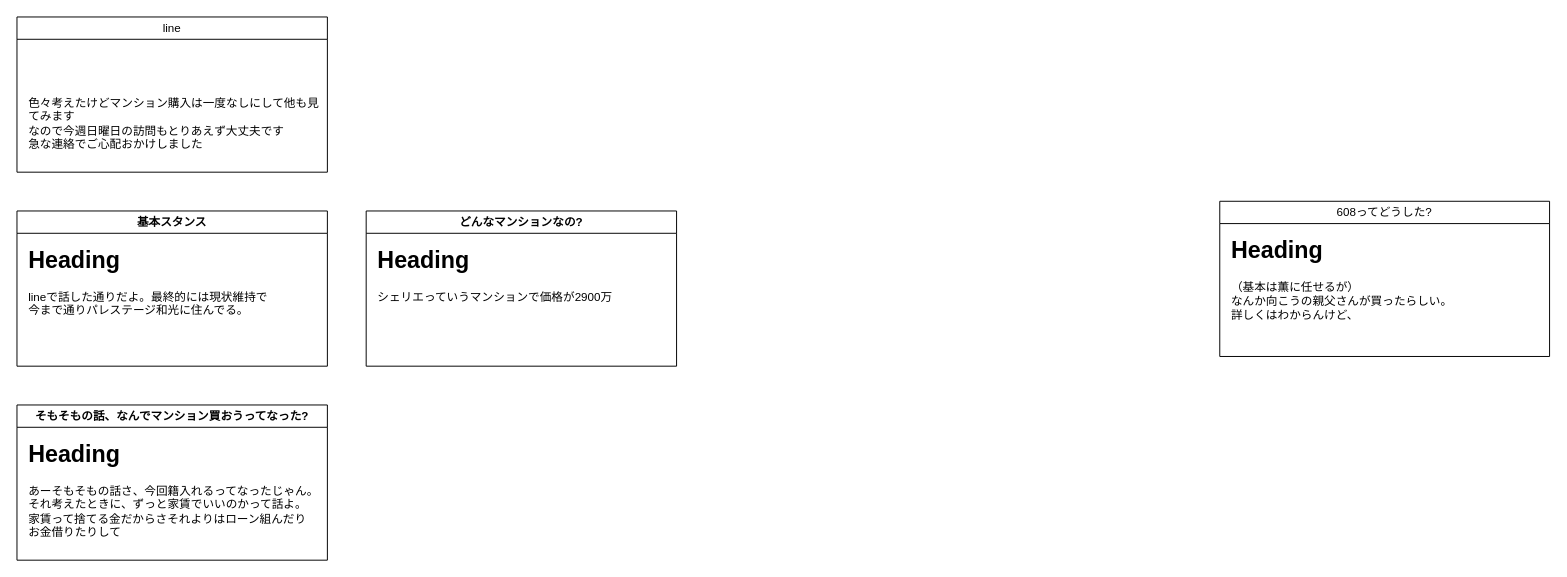
This is page "0503" (1 of 4) of draw.io/psy_case.drawio from minegishirei/psy, a draw.io file, before an edit. Source tidied: cells renumbered, new cells numbered last; positions are measured from the earlier drawing's top-left corner, leaving out a move shared by most shapes. Both pictures are drawn from the tidied source at 97%, with x=0, y=0 at pixel (16, 16).
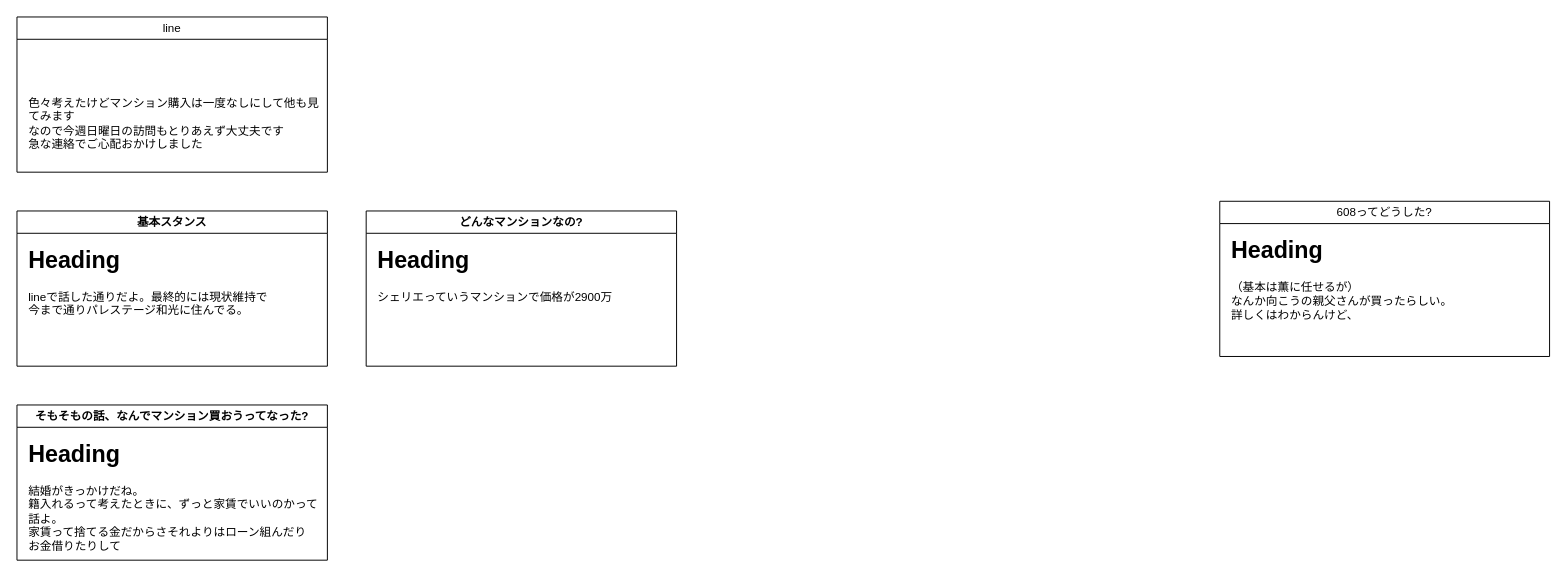
Above is the later version.

Commit message:
psy_case.drawio を更新します

Change to the diagram source:
```diff
@@
 <mxGraphModel>
   <root>
     <mxCell id="0" />
     <mxCell id="1" parent="0" />
     <mxCell id="2" value="基本スタンス" style="swimlane;whiteSpace=wrap;html=1;" parent="1" vertex="1">
       <mxGeometry y="200" width="320" height="160" as="geometry" />
     </mxCell>
     <mxCell id="3" value="&lt;h1 style=&quot;margin-top: 0px;&quot;&gt;Heading&lt;/h1&gt;&lt;div&gt;lineで話した通りだよ。最終的には現状維持で&lt;/div&gt;&lt;div&gt;今まで通りパレステージ和光に住んでる。&lt;/div&gt;&lt;div&gt;&lt;br&gt;&lt;/div&gt;" style="text;html=1;whiteSpace=wrap;overflow=hidden;rounded=0;" parent="2" vertex="1">
       <mxGeometry x="10" y="30" width="310" height="120" as="geometry" />
     </mxCell>
     <mxCell id="4" value="&lt;span style=&quot;font-weight: 400; text-align: left;&quot;&gt;608ってどうした?&lt;/span&gt;" style="swimlane;whiteSpace=wrap;html=1;" parent="1" vertex="1">
       <mxGeometry x="1240" y="190" width="340" height="160" as="geometry" />
     </mxCell>
     <mxCell id="5" value="&lt;h1 style=&quot;margin-top: 0px;&quot;&gt;Heading&lt;/h1&gt;&lt;div&gt;（基本は薫に任せるが）&lt;/div&gt;&lt;div&gt;なんか向こうの親父さんが買ったらしい。&lt;/div&gt;&lt;div&gt;詳しくはわからんけど、&lt;/div&gt;" style="text;html=1;whiteSpace=wrap;overflow=hidden;rounded=0;" parent="4" vertex="1">
       <mxGeometry x="10" y="30" width="310" height="120" as="geometry" />
     </mxCell>
     <mxCell id="6" value="&lt;span style=&quot;font-weight: 400; text-align: left;&quot;&gt;line&lt;/span&gt;" style="swimlane;whiteSpace=wrap;html=1;" parent="1" vertex="1">
       <mxGeometry width="320" height="160" as="geometry" />
     </mxCell>
     <mxCell id="7" value="&lt;h1 style=&quot;margin-top: 0px;&quot;&gt;&lt;br&gt;&lt;/h1&gt;&lt;div&gt;&lt;div&gt;色々考えたけどマンション購入は一度なしにして他も見てみます&lt;/div&gt;&lt;div&gt;なので今週日曜日の訪問もとりあえず大丈夫です&lt;/div&gt;&lt;div&gt;急な連絡でご心配おかけしました&lt;/div&gt;&lt;/div&gt;" style="text;html=1;whiteSpace=wrap;overflow=hidden;rounded=0;" parent="6" vertex="1">
       <mxGeometry x="10" y="30" width="310" height="120" as="geometry" />
     </mxCell>
     <mxCell id="8" value="そもそもの話、なんでマンション買おうってなった?" style="swimlane;whiteSpace=wrap;html=1;" parent="1" vertex="1">
       <mxGeometry y="400" width="320" height="160" as="geometry" />
     </mxCell>
-    <mxCell id="9" value="&lt;h1 style=&quot;margin-top: 0px;&quot;&gt;Heading&lt;/h1&gt;&lt;div&gt;あーそもそもの話さ、今回籍入れるってなったじゃん。&lt;/div&gt;&lt;div&gt;それ考えたときに、ずっと家賃でいいのかって話よ。&lt;/div&gt;&lt;div&gt;家賃って捨てる金だからさそれよりはローン組んだり&lt;/div&gt;&lt;div&gt;お金借りたりして&lt;/div&gt;" style="text;html=1;whiteSpace=wrap;overflow=hidden;rounded=0;" parent="8" vertex="1">
+    <mxCell id="9" value="&lt;h1 style=&quot;margin-top: 0px;&quot;&gt;Heading&lt;/h1&gt;&lt;div&gt;&lt;span style=&quot;background-color: initial;&quot;&gt;結婚がきっかけだね。&lt;/span&gt;&lt;/div&gt;&lt;div&gt;&lt;span style=&quot;background-color: initial;&quot;&gt;籍入れるって考えたときに、ずっと家賃でいいのかって話よ。&lt;/span&gt;&lt;br&gt;&lt;/div&gt;&lt;div&gt;家賃って捨てる金だからさそれよりはローン組んだり&lt;/div&gt;&lt;div&gt;お金借りたりして&lt;/div&gt;" style="text;html=1;whiteSpace=wrap;overflow=hidden;rounded=0;" parent="8" vertex="1">
       <mxGeometry x="10" y="30" width="310" height="120" as="geometry" />
     </mxCell>
     <mxCell id="10" value="どんなマンションなの?" style="swimlane;whiteSpace=wrap;html=1;" parent="1" vertex="1">
       <mxGeometry x="360" y="200" width="320" height="160" as="geometry" />
     </mxCell>
     <mxCell id="11" value="&lt;h1 style=&quot;margin-top: 0px;&quot;&gt;Heading&lt;/h1&gt;&lt;div&gt;シェリエっていうマンションで価格が2900万&lt;/div&gt;&lt;div&gt;&lt;br&gt;&lt;/div&gt;" style="text;html=1;whiteSpace=wrap;overflow=hidden;rounded=0;" parent="10" vertex="1">
       <mxGeometry x="10" y="30" width="310" height="120" as="geometry" />
     </mxCell>
   </root>
 </mxGraphModel>
```
